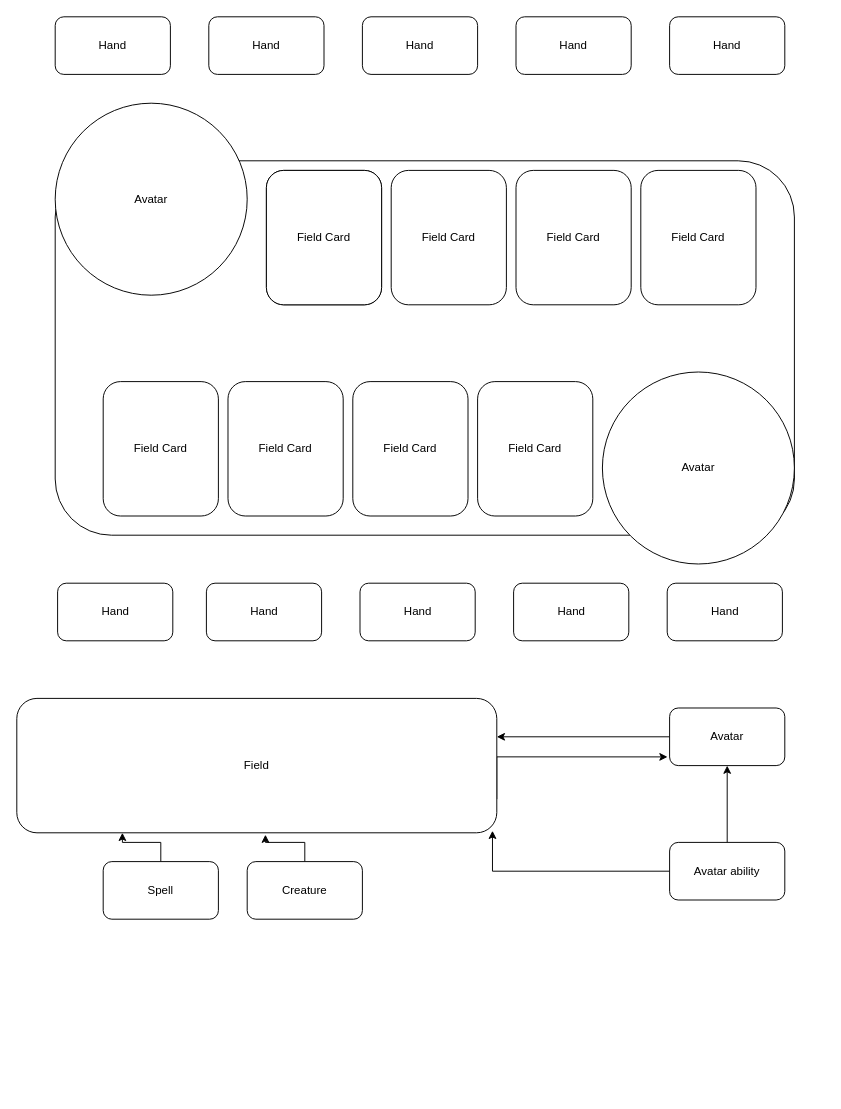
This is daigrams_from_site/Card Game Flow Chart.drawio from popados/01_diagrams, a draw.io file, before an edit. Source tidied: cells renumbered, new cells numbered last; positions are measured from the earlier drawing's top-left corner, leaving out a move shared by most shapes. Both pictures are drawn from the tidied source at 96%, with x=0, y=0 at pixel (16, 16).
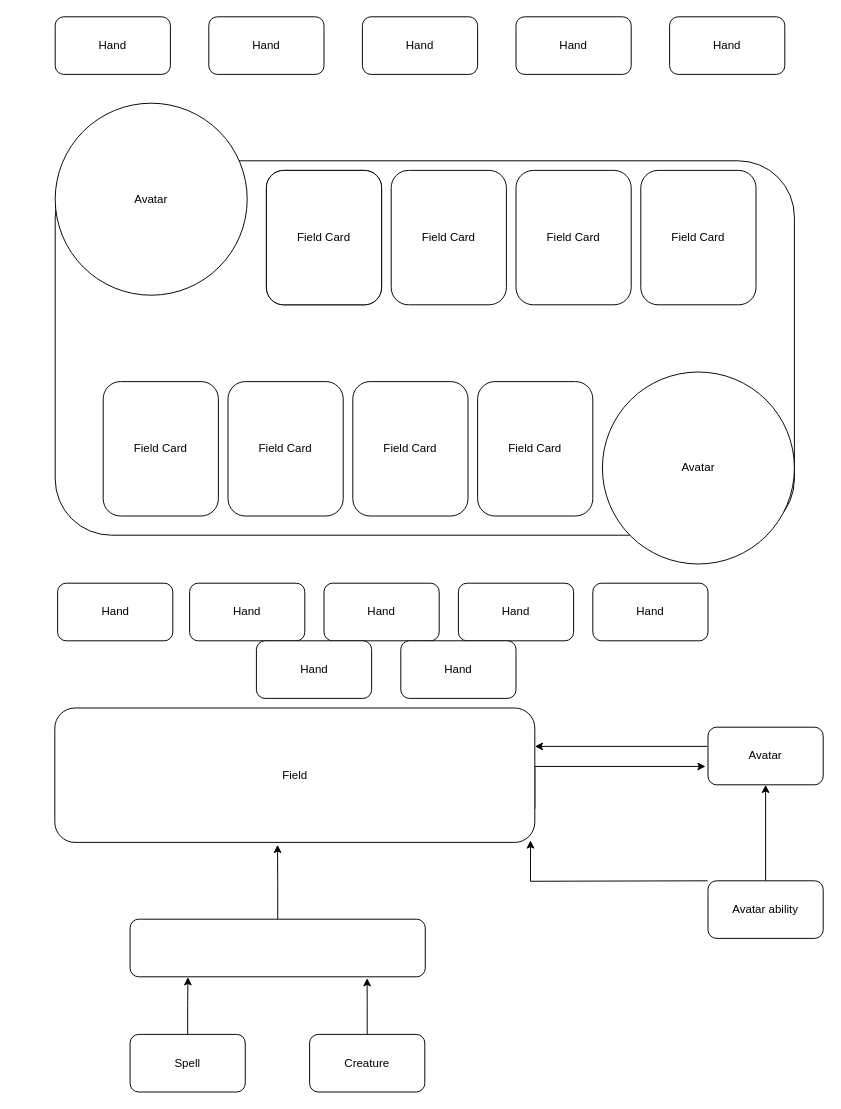
The same page after the edit.

The edit, as a diff of the source:
```diff
@@
     <mxCell id="10" value="Hand" style="rounded=1;whiteSpace=wrap;html=1;" parent="1" vertex="1">
-      <mxGeometry x="197.5" y="590" width="120" height="60" as="geometry" />
+      <mxGeometry x="180" y="590" width="120" height="60" as="geometry" />
     </mxCell>
     <mxCell id="11" value="Hand" style="rounded=1;whiteSpace=wrap;html=1;" parent="1" vertex="1">
-      <mxGeometry x="517.5" y="590" width="120" height="60" as="geometry" />
+      <mxGeometry x="460" y="590" width="120" height="60" as="geometry" />
     </mxCell>
     <mxCell id="12" value="Hand" style="rounded=1;whiteSpace=wrap;html=1;" parent="1" vertex="1">
-      <mxGeometry x="357.5" y="590" width="120" height="60" as="geometry" />
+      <mxGeometry x="320" y="590" width="120" height="60" as="geometry" />
     </mxCell>
     <mxCell id="13" value="Hand" style="rounded=1;whiteSpace=wrap;html=1;" parent="1" vertex="1">
-      <mxGeometry x="677.5" y="590" width="120" height="60" as="geometry" />
+      <mxGeometry x="600" y="590" width="120" height="60" as="geometry" />
     </mxCell>
@@
-    <mxCell id="23" style="edgeStyle=orthogonalEdgeStyle;rounded=0;jettySize=auto;html=1;entryX=-0.018;entryY=0.849;entryDx=0;entryDy=0;entryPerimeter=0;exitX=1;exitY=0.75;exitDx=0;exitDy=0;" parent="1" edge="1" source="24" target="30">
+    <mxCell id="23" style="edgeStyle=orthogonalEdgeStyle;rounded=0;jettySize=auto;html=1;entryX=-0.018;entryY=0.849;entryDx=0;entryDy=0;entryPerimeter=0;exitX=1;exitY=0.75;exitDx=0;exitDy=0;" parent="1" edge="1" source="24">
       <mxGeometry relative="1" as="geometry">
+        <mxPoint x="717.4" y="780.9" as="targetPoint" />
         <Array as="points">
-          <mxPoint x="500" y="771" />
+          <mxPoint x="539.6" y="781" />
         </Array>
       </mxGeometry>
     </mxCell>
     <mxCell id="24" value="Field&lt;br&gt;" style="rounded=1;whiteSpace=wrap;html=1;" parent="1" vertex="1">
-      <mxGeometry y="710" width="500" height="140" as="geometry" />
+      <mxGeometry x="39.6" y="720" width="500" height="140" as="geometry" />
     </mxCell>
-    <mxCell id="25" style="edgeStyle=orthogonalEdgeStyle;rounded=0;jettySize=auto;html=1;exitX=0.5;exitY=0;exitDx=0;exitDy=0;entryX=0.22;entryY=1;entryDx=0;entryDy=0;entryPerimeter=0;" parent="1" edge="1" source="26" target="24">
-      <mxGeometry relative="1" as="geometry" />
-    </mxCell>
+    <mxCell id="35" style="edgeStyle=orthogonalEdgeStyle;rounded=0;jettySize=auto;html=1;entryX=0.196;entryY=1.007;entryDx=0;entryDy=0;entryPerimeter=0;" parent="1" edge="1" source="26" target="40">
+      <mxGeometry relative="1" as="geometry" />
+    </mxCell>
     <mxCell id="26" value="Spell" style="rounded=1;whiteSpace=wrap;html=1;" parent="1" vertex="1">
-      <mxGeometry x="90" y="880" width="120" height="60" as="geometry" />
+      <mxGeometry x="118" y="1060" width="120" height="60" as="geometry" />
     </mxCell>
-    <mxCell id="27" style="edgeStyle=orthogonalEdgeStyle;rounded=0;jettySize=auto;html=1;entryX=0.518;entryY=1.014;entryDx=0;entryDy=0;entryPerimeter=0;" parent="1" edge="1" source="28" target="24">
-      <mxGeometry relative="1" as="geometry" />
-    </mxCell>
+    <mxCell id="36" style="edgeStyle=orthogonalEdgeStyle;rounded=0;jettySize=auto;html=1;entryX=0.803;entryY=1.024;entryDx=0;entryDy=0;entryPerimeter=0;" parent="1" edge="1" source="28" target="40">
+      <mxGeometry relative="1" as="geometry" />
+    </mxCell>
     <mxCell id="28" value="Creature" style="rounded=1;whiteSpace=wrap;html=1;" parent="1" vertex="1">
-      <mxGeometry x="240" y="880" width="120" height="60" as="geometry" />
+      <mxGeometry x="305" y="1060" width="120" height="60" as="geometry" />
     </mxCell>
-    <mxCell id="29" style="edgeStyle=orthogonalEdgeStyle;rounded=0;jettySize=auto;html=1;exitX=0;exitY=0.5;exitDx=0;exitDy=0;" parent="1" edge="1" source="30">
+    <mxCell id="29" style="edgeStyle=orthogonalEdgeStyle;rounded=0;orthogonalLoop=1;jettySize=auto;html=1;exitX=0;exitY=0.5;exitDx=0;exitDy=0;" parent="1" edge="1">
       <mxGeometry relative="1" as="geometry">
-        <mxPoint x="500" y="750" as="targetPoint" />
+        <mxPoint x="719.6" y="760" as="sourcePoint" />
+        <mxPoint x="539.6" y="760" as="targetPoint" />
         <Array as="points">
-          <mxPoint x="500" y="750" />
+          <mxPoint x="539.6" y="760" />
         </Array>
       </mxGeometry>
     </mxCell>
     <mxCell id="30" value="Avatar" style="rounded=1;whiteSpace=wrap;html=1;" parent="1" vertex="1">
-      <mxGeometry x="680" y="720" width="120" height="60" as="geometry" />
+      <mxGeometry x="720" y="740" width="120" height="60" as="geometry" />
     </mxCell>
+    <mxCell id="32" style="edgeStyle=orthogonalEdgeStyle;rounded=0;jettySize=auto;html=1;entryX=0.991;entryY=0.985;entryDx=0;entryDy=0;entryPerimeter=0;" parent="1" edge="1" target="24">
+      <mxGeometry relative="1" as="geometry">
+        <mxPoint x="719.6" y="900" as="sourcePoint" />
+      </mxGeometry>
+    </mxCell>
@@
-    <mxCell id="32" style="edgeStyle=orthogonalEdgeStyle;rounded=0;jettySize=auto;html=1;entryX=0.991;entryY=0.985;entryDx=0;entryDy=0;entryPerimeter=0;" parent="1" edge="1" source="33" target="24">
-      <mxGeometry relative="1" as="geometry" />
-    </mxCell>
     <mxCell id="33" value="Avatar ability" style="rounded=1;whiteSpace=wrap;html=1;" parent="1" vertex="1">
-      <mxGeometry x="680" y="860" width="120" height="60" as="geometry" />
+      <mxGeometry x="720" y="900" width="120" height="60" as="geometry" />
     </mxCell>
@@
+    <mxCell id="37" value="Hand" style="rounded=1;whiteSpace=wrap;html=1;" parent="1" vertex="1">
+      <mxGeometry x="249.6" y="650" width="120" height="60" as="geometry" />
+    </mxCell>
+    <mxCell id="38" value="Hand" style="rounded=1;whiteSpace=wrap;html=1;" parent="1" vertex="1">
+      <mxGeometry x="400" y="650" width="120" height="60" as="geometry" />
+    </mxCell>
+    <mxCell id="39" style="edgeStyle=orthogonalEdgeStyle;rounded=0;jettySize=auto;html=1;entryX=0.464;entryY=1.018;entryDx=0;entryDy=0;entryPerimeter=0;" parent="1" edge="1" source="40" target="24">
+      <mxGeometry relative="1" as="geometry" />
+    </mxCell>
+    <mxCell id="40" style="rounded=1;whiteSpace=wrap;html=1;" parent="1" vertex="1">
+      <mxGeometry x="118" y="940" width="307.5" height="60" as="geometry" />
+    </mxCell>
```
